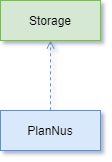
Above: docs/images/DeveloperGuide/Storage_architecture.png in vanessa-kang/tp (draw.io), before the change. Source tidied: cells renumbered, new cells last; positions are measured from the earlier drawing's top-left corner, leaving out a move shared by most shapes.
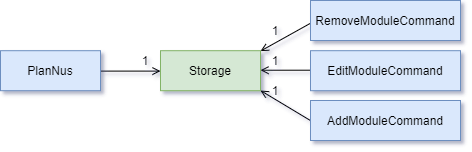
The same file after the commit.

Change to the diagram source:
```diff
@@ -3,13 +3,45 @@
     <mxCell id="0" />
     <mxCell id="1" parent="0" />
     <mxCell id="2" value="Storage" style="shape=umlLifeline;perimeter=lifelinePerimeter;rounded=0;shadow=0;strokeWidth=1;fillColor=#d5e8d4;strokeColor=#82b366;size=40;" parent="1" vertex="1">
-      <mxGeometry width="100" height="40" as="geometry" />
+      <mxGeometry x="-170" y="160.2" width="100" height="40" as="geometry" />
     </mxCell>
-    <mxCell id="3" style="endArrow=open;html=1;fillColor=#dae8fc;strokeColor=#6c8ebf;endFill=0;dashed=1;entryX=0.5;entryY=1;entryDx=0;entryDy=0;entryPerimeter=0;exitX=0.5;exitY=-0.005;exitDx=0;exitDy=0;exitPerimeter=0;" parent="1" edge="1" source="4" target="2">
+    <mxCell id="3" style="endArrow=open;html=1;fillColor=#dae8fc;endFill=0;entryX=0;entryY=0.51;entryDx=0;entryDy=0;entryPerimeter=0;exitX=1.004;exitY=0.51;exitDx=0;exitDy=0;exitPerimeter=0;" parent="1" edge="1" source="4" target="2">
       <mxGeometry relative="1" as="geometry" />
     </mxCell>
     <mxCell id="4" value="PlanNus" style="shape=umlLifeline;perimeter=lifelinePerimeter;rounded=0;shadow=0;strokeWidth=1;fillColor=#dae8fc;strokeColor=#6c8ebf;size=40;" parent="1" vertex="1">
-      <mxGeometry y="110" width="100" height="40" as="geometry" />
+      <mxGeometry x="-330" y="160.2" width="100" height="40" as="geometry" />
     </mxCell>
+    <mxCell id="5" style="endArrow=open;html=1;fillColor=#dae8fc;endFill=0;entryX=1;entryY=0.488;entryDx=0;entryDy=0;entryPerimeter=0;exitX=1.004;exitY=0.51;exitDx=0;exitDy=0;exitPerimeter=0;" parent="1" edge="1" target="2">
+      <mxGeometry relative="1" as="geometry">
+        <mxPoint x="-20" y="179.7" as="sourcePoint" />
+      </mxGeometry>
+    </mxCell>
+    <mxCell id="6" style="endArrow=open;html=1;fillColor=#dae8fc;endFill=0;entryX=1;entryY=0.995;entryDx=0;entryDy=0;entryPerimeter=0;exitX=-0.003;exitY=0.495;exitDx=0;exitDy=0;exitPerimeter=0;" parent="1" edge="1" source="8" target="2">
+      <mxGeometry relative="1" as="geometry" />
+    </mxCell>
+    <mxCell id="7" style="endArrow=open;html=1;fillColor=#dae8fc;endFill=0;entryX=1;entryY=0.01;entryDx=0;entryDy=0;entryPerimeter=0;exitX=-0.003;exitY=0.575;exitDx=0;exitDy=0;exitPerimeter=0;" parent="1" edge="1" source="10" target="2">
+      <mxGeometry relative="1" as="geometry" />
+    </mxCell>
+    <mxCell id="8" value="AddModuleCommand" style="shape=umlLifeline;perimeter=lifelinePerimeter;rounded=0;shadow=0;strokeWidth=1;fillColor=#dae8fc;strokeColor=#6c8ebf;size=40;" parent="1" vertex="1">
+      <mxGeometry x="-20" y="210" width="150" height="40" as="geometry" />
+    </mxCell>
+    <mxCell id="9" value="EditModuleCommand" style="shape=umlLifeline;perimeter=lifelinePerimeter;rounded=0;shadow=0;strokeWidth=1;fillColor=#dae8fc;strokeColor=#6c8ebf;size=40;" parent="1" vertex="1">
+      <mxGeometry x="-20" y="160.2" width="150" height="40" as="geometry" />
+    </mxCell>
+    <mxCell id="10" value="RemoveModuleCommand" style="shape=umlLifeline;perimeter=lifelinePerimeter;rounded=0;shadow=0;strokeWidth=1;fillColor=#dae8fc;strokeColor=#6c8ebf;size=40;" parent="1" vertex="1">
+      <mxGeometry x="-20" y="110" width="150" height="40" as="geometry" />
+    </mxCell>
+    <mxCell id="11" value="1" style="text;html=1;strokeColor=none;fillColor=none;align=center;verticalAlign=middle;whiteSpace=wrap;rounded=0;" parent="1" vertex="1">
+      <mxGeometry x="-190" y="160.2" width="10" height="20" as="geometry" />
+    </mxCell>
+    <mxCell id="12" value="1" style="text;html=1;strokeColor=none;fillColor=none;align=center;verticalAlign=middle;whiteSpace=wrap;rounded=0;" parent="1" vertex="1">
+      <mxGeometry x="-60" y="190" width="10" height="20" as="geometry" />
+    </mxCell>
+    <mxCell id="13" value="1" style="text;html=1;strokeColor=none;fillColor=none;align=center;verticalAlign=middle;whiteSpace=wrap;rounded=0;" parent="1" vertex="1">
+      <mxGeometry x="-60" y="160.2" width="10" height="20" as="geometry" />
+    </mxCell>
+    <mxCell id="14" value="1" style="text;html=1;strokeColor=none;fillColor=none;align=center;verticalAlign=middle;whiteSpace=wrap;rounded=0;" parent="1" vertex="1">
+      <mxGeometry x="-60" y="130" width="10" height="20" as="geometry" />
+    </mxCell>
   </root>
 </mxGraphModel>
```
